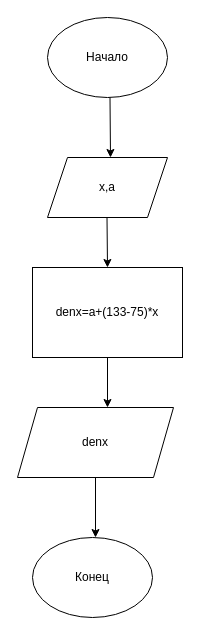
Before: Задание второе.drawio in Ivan-Gus/homework2, a draw.io diagram. Source tidied: cells renumbered, new cells numbered last; positions are measured from the earlier drawing's top-left corner, leaving out a move shared by most shapes. Both pictures are drawn from the tidied source at 100%, with x=0, y=0 at pixel (17, 17).
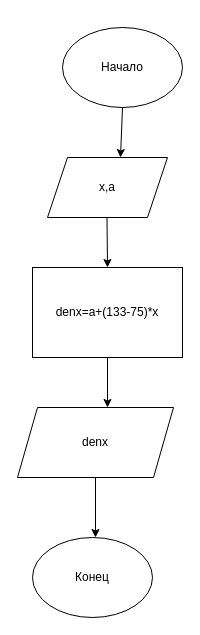
The same page after the edit.

Commit message:
Обновление Задание второе.png

The edit, as a diff of the source:
```diff
@@
 <mxGraphModel>
   <root>
     <mxCell id="0" />
     <mxCell id="1" parent="0" />
     <mxCell id="2" value="Начало" style="ellipse;whiteSpace=wrap;html=1;" parent="1" vertex="1">
-      <mxGeometry x="30" width="120" height="80" as="geometry" />
+      <mxGeometry x="45" y="10" width="120" height="80" as="geometry" />
     </mxCell>
-    <mxCell id="3" style="endArrow=classic;html=1;rounded=0;" parent="1" edge="1">
+    <mxCell id="3" style="endArrow=classic;html=1;rounded=0;exitX=0.5;exitY=1;exitDx=0;exitDy=0;" parent="1" edge="1" source="2">
       <mxGeometry relative="1" as="geometry">
-        <mxPoint x="92.5" y="80" as="sourcePoint" />
-        <mxPoint x="93" y="140" as="targetPoint" />
+        <mxPoint x="103" y="140" as="targetPoint" />
       </mxGeometry>
     </mxCell>
     <mxCell id="4" value="x,a" style="shape=parallelogram;perimeter=parallelogramPerimeter;whiteSpace=wrap;html=1;fixedSize=1;" parent="1" vertex="1">
       <mxGeometry x="30" y="140" width="120" height="60" as="geometry" />
     </mxCell>
     <mxCell id="5" style="endArrow=classic;html=1;rounded=0;" parent="1" edge="1">
       <mxGeometry relative="1" as="geometry">
         <mxPoint x="89.5" y="200" as="sourcePoint" />
         <mxPoint x="90" y="250" as="targetPoint" />
       </mxGeometry>
     </mxCell>
     <mxCell id="6" value="Конец" style="ellipse;whiteSpace=wrap;html=1;" parent="1" vertex="1">
       <mxGeometry x="15" y="520" width="120" height="80" as="geometry" />
     </mxCell>
     <mxCell id="7" style="endArrow=classic;html=1;rounded=0;exitX=0.5;exitY=1;exitDx=0;exitDy=0;" parent="1" edge="1" source="10">
       <mxGeometry relative="1" as="geometry">
         <mxPoint x="78" y="520" as="targetPoint" />
       </mxGeometry>
     </mxCell>
     <mxCell id="8" style="endArrow=classic;html=1;rounded=0;exitX=0.5;exitY=1;exitDx=0;exitDy=0;" parent="1" edge="1" source="9">
       <mxGeometry relative="1" as="geometry">
         <mxPoint x="90" y="390" as="targetPoint" />
       </mxGeometry>
     </mxCell>
     <mxCell id="9" value="denx=a+(133-75)*x" style="rounded=0;whiteSpace=wrap;html=1;" parent="1" vertex="1">
       <mxGeometry x="15" y="250" width="150" height="90" as="geometry" />
     </mxCell>
     <mxCell id="10" value="denx" style="shape=parallelogram;perimeter=parallelogramPerimeter;whiteSpace=wrap;html=1;fixedSize=1;" parent="1" vertex="1">
       <mxGeometry y="390" width="156" height="70" as="geometry" />
     </mxCell>
   </root>
 </mxGraphModel>
```
